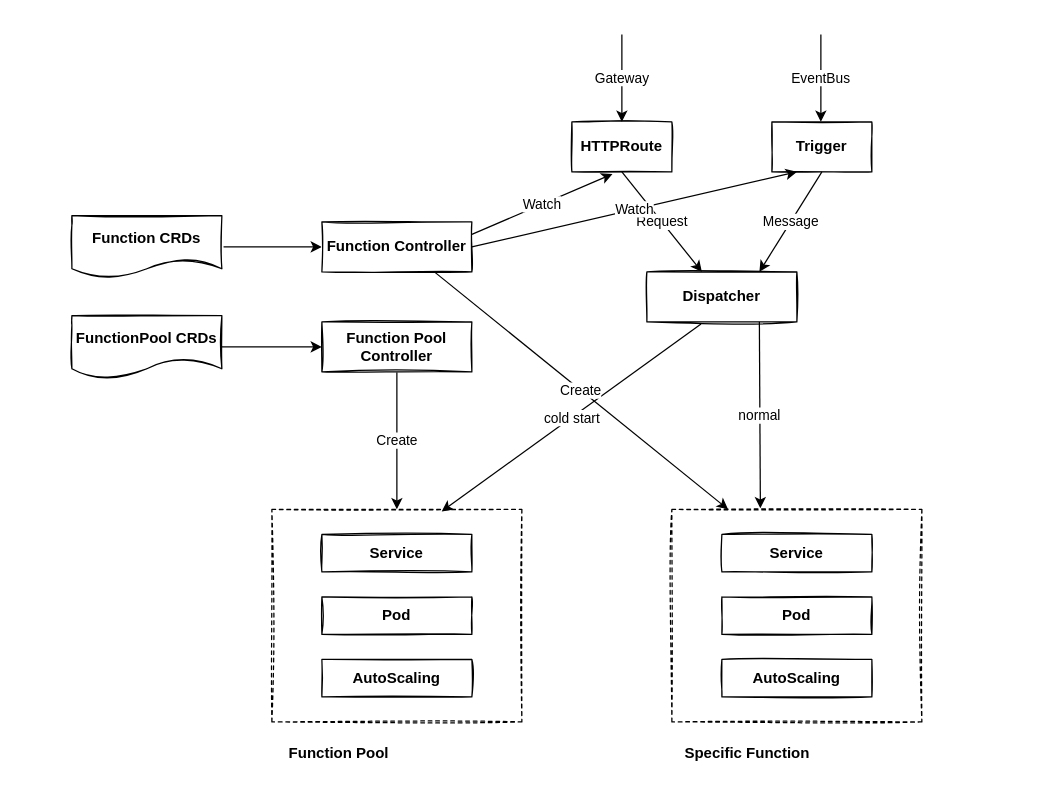
Earlier version of the draw.io diagram arch-pool.drawio (wrongerror/diagrams). Source tidied: cells renumbered, new cells numbered last; positions are measured from the earlier drawing's top-left corner, leaving out a move shared by most shapes. Both pictures are drawn from the tidied source at 125%, with x=0, y=0 at pixel (71, 34).
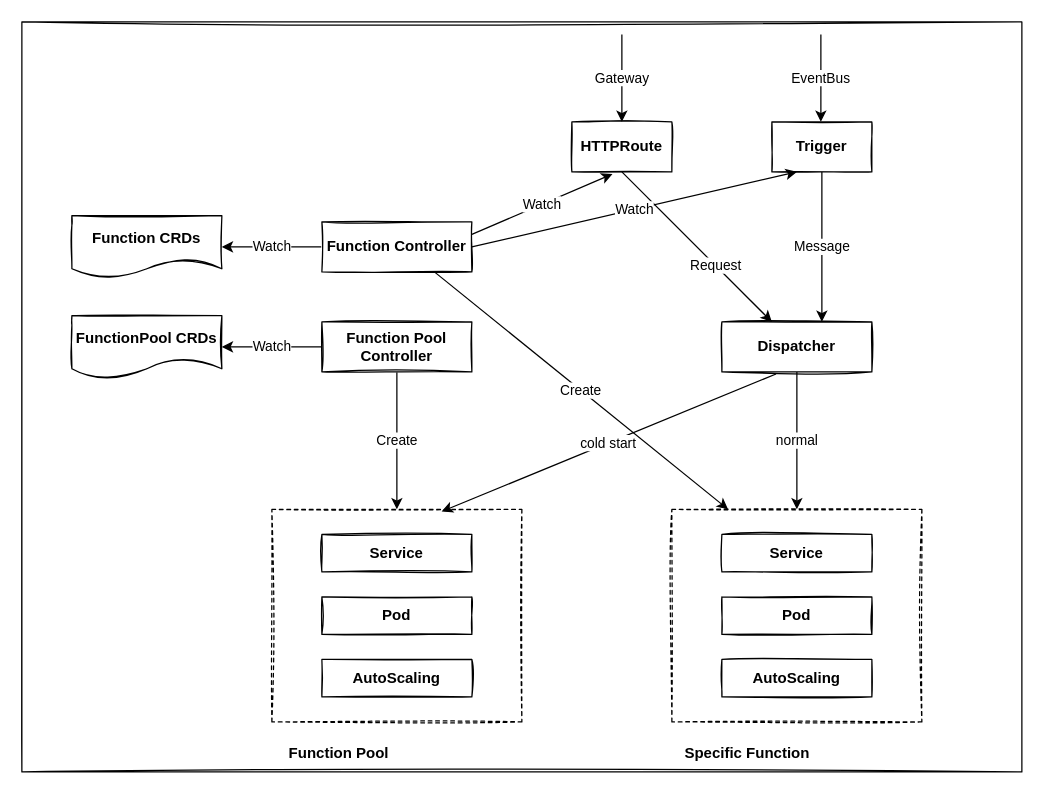
The same page after the edit.

Unchanged cells that the change refers to:
```xml
<mxCell id="3" value="Function CRDs" style="shape=document;whiteSpace=wrap;html=1;boundedLbl=1;sketch=1;fontStyle=1;" parent="1" vertex="1">
  <mxGeometry y="145" width="120" height="50" as="geometry" />
</mxCell>
<mxCell id="5" value="FunctionPool CRDs" style="shape=document;whiteSpace=wrap;html=1;boundedLbl=1;sketch=1;fontStyle=1;" parent="1" vertex="1">
  <mxGeometry y="225" width="120" height="50" as="geometry" />
</mxCell>
<mxCell id="6" value="Function Controller" style="rounded=0;whiteSpace=wrap;html=1;sketch=1;fontStyle=1;" parent="1" vertex="1">
  <mxGeometry x="200" y="150" width="120" height="40" as="geometry" />
</mxCell>
<mxCell id="7" value="HTTPRoute" style="rounded=0;whiteSpace=wrap;html=1;sketch=1;fontStyle=1;" parent="1" vertex="1">
  <mxGeometry x="400" y="70" width="80" height="40" as="geometry" />
</mxCell>
<mxCell id="8" value="Trigger" style="rounded=0;whiteSpace=wrap;html=1;sketch=1;fontStyle=1;" parent="1" vertex="1">
  <mxGeometry x="560" y="70" width="80" height="40" as="geometry" />
</mxCell>
<mxCell id="11" style="rounded=0;whiteSpace=wrap;html=1;sketch=1;dashed=1;" parent="1" vertex="1">
  <mxGeometry x="480" y="380" width="200" height="170" as="geometry" />
</mxCell>
<mxCell id="13" value="Function Pool Controller" style="rounded=0;whiteSpace=wrap;html=1;sketch=1;fontStyle=1;" parent="1" vertex="1">
  <mxGeometry x="200" y="230" width="120" height="40" as="geometry" />
</mxCell>
```

Change to the diagram source:
```diff
@@
-    <mxCell id="2" style="edgeStyle=orthogonalEdgeStyle;rounded=0;jettySize=auto;html=1;entryX=0;entryY=0.5;entryDx=0;entryDy=0;" parent="1" edge="1" source="3" target="6">
-      <mxGeometry relative="1" as="geometry" />
-    </mxCell>
+    <mxCell id="31" style="rounded=0;whiteSpace=wrap;html=1;sketch=1;fillColor=default;" parent="1" vertex="1">
+      <mxGeometry x="-40" y="-10" width="800" height="600" as="geometry" />
+    </mxCell>
@@
-    <mxCell id="4" style="edgeStyle=orthogonalEdgeStyle;rounded=0;jettySize=auto;html=1;" parent="1" edge="1" source="5" target="13">
-      <mxGeometry relative="1" as="geometry" />
-    </mxCell>
@@
+    <mxCell id="32" value="Watch" style="edgeStyle=orthogonalEdgeStyle;rounded=0;jettySize=auto;html=1;" parent="1" edge="1" source="6" target="3">
+      <mxGeometry relative="1" as="geometry" />
+    </mxCell>
@@
     <mxCell id="9" value="Dispatcher" style="rounded=0;whiteSpace=wrap;html=1;sketch=1;fontStyle=1;" parent="1" vertex="1">
-      <mxGeometry x="460" y="190" width="120" height="40" as="geometry" />
+      <mxGeometry x="520" y="230" width="120" height="40" as="geometry" />
     </mxCell>
@@
+    <mxCell id="33" value="Watch" style="edgeStyle=orthogonalEdgeStyle;rounded=0;jettySize=auto;html=1;" parent="1" edge="1" source="13" target="5">
+      <mxGeometry relative="1" as="geometry" />
+    </mxCell>
@@
     <mxCell id="23" value="Request" style="endArrow=classic;html=1;rounded=0;exitX=0.5;exitY=1;exitDx=0;exitDy=0;" parent="1" edge="1" source="7" target="9">
-      <mxGeometry relative="1" as="geometry" />
+      <mxGeometry x="0.25" relative="1" as="geometry" />
     </mxCell>
-    <mxCell id="24" value="Message" style="endArrow=classic;html=1;rounded=0;exitX=0.5;exitY=1;exitDx=0;exitDy=0;entryX=0.75;entryY=0;entryDx=0;entryDy=0;" parent="1" edge="1" source="8" target="9">
-      <mxGeometry relative="1" as="geometry" />
+    <mxCell id="24" value="Message" style="endArrow=classic;html=1;rounded=0;exitX=0.5;exitY=1;exitDx=0;exitDy=0;" parent="1" edge="1" source="8">
+      <mxGeometry relative="1" as="geometry">
+        <mxPoint x="600" y="230" as="targetPoint" />
+      </mxGeometry>
     </mxCell>
@@
-    <mxCell id="26" value="normal" style="endArrow=classic;html=1;rounded=0;exitX=0.75;exitY=1;exitDx=0;exitDy=0;entryX=0.354;entryY=-0.005;entryDx=0;entryDy=0;entryPerimeter=0;" parent="1" edge="1" source="9" target="11">
+    <mxCell id="26" value="normal" style="endArrow=classic;html=1;rounded=0;exitX=0.5;exitY=1;exitDx=0;exitDy=0;entryX=0.5;entryY=0;entryDx=0;entryDy=0;" parent="1" edge="1" source="9" target="11">
       <mxGeometry relative="1" as="geometry" />
     </mxCell>
```
